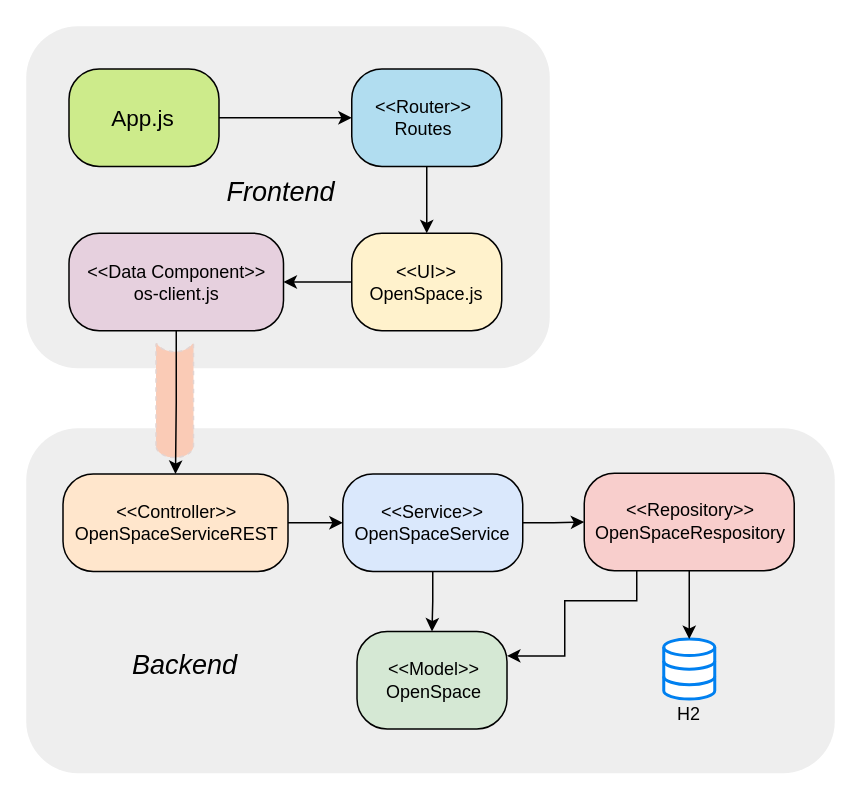
Before: other/Arquitectura.drawio in AugustoConti/smart-open-space, a draw.io diagram. Source tidied: cells renumbered, new cells numbered last; positions are measured from the earlier drawing's top-left corner, leaving out a move shared by most shapes. Both pictures are drawn from the tidied source at 150%, with x=0, y=0 at pixel (26, 26).
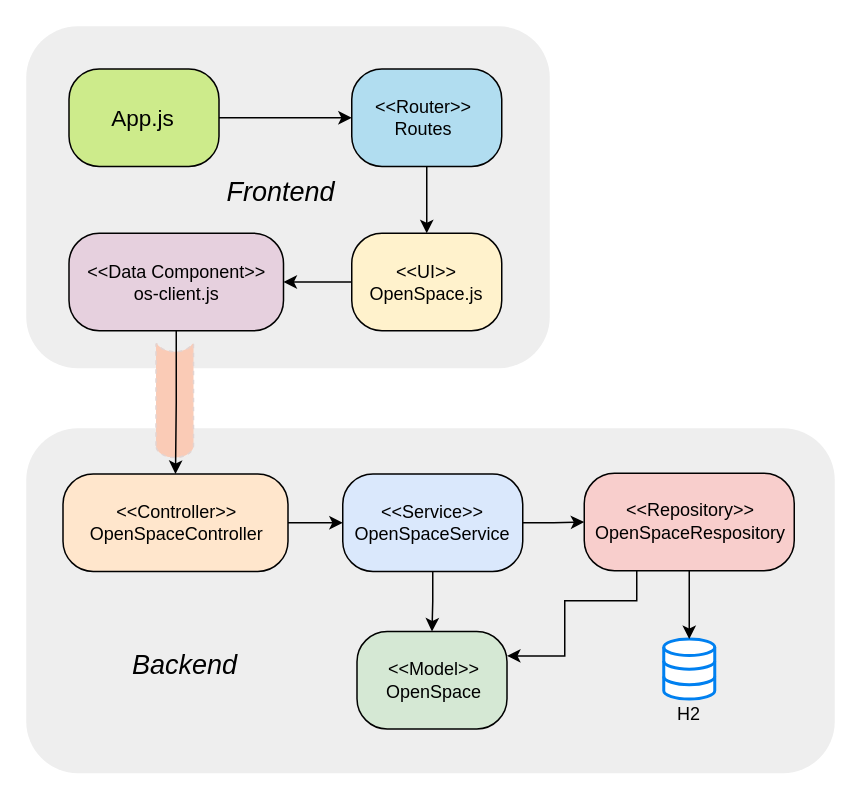
The same page after the edit.

Change to the diagram source:
```diff
@@
-    <mxCell id="29" value="&amp;lt;&amp;lt;Controller&amp;gt;&amp;gt;&lt;br&gt;OpenSpaceServiceREST" style="text;html=1;strokeColor=none;fillColor=none;align=center;verticalAlign=middle;whiteSpace=wrap;rounded=0;" parent="1" vertex="1">
+    <mxCell id="29" value="&amp;lt;&amp;lt;Controller&amp;gt;&amp;gt;&lt;br&gt;OpenSpaceController&lt;br&gt;" style="text;html=1;strokeColor=none;fillColor=none;align=center;verticalAlign=middle;whiteSpace=wrap;rounded=0;" parent="1" vertex="1">
       <mxGeometry x="73.7" y="319.9" width="53.3" height="21.2" as="geometry" />
     </mxCell>
```
